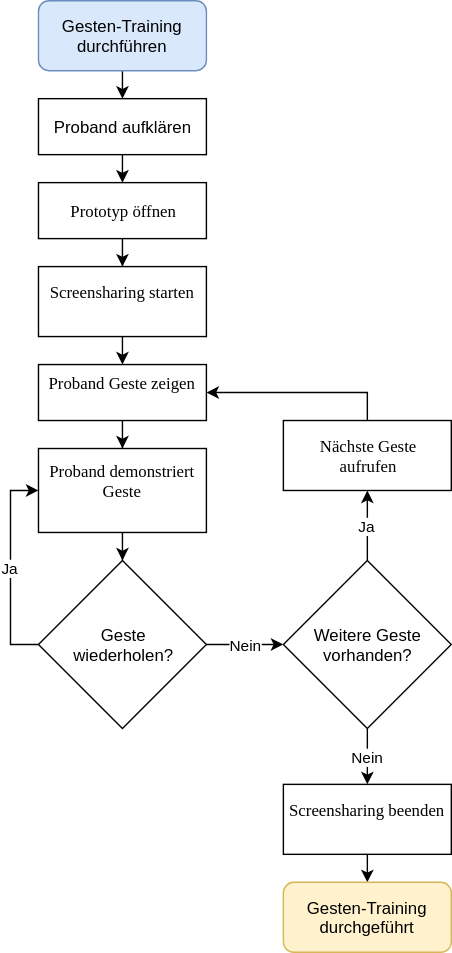
The draw.io diagram img/de/introduction/study-preview/gesture-training.svg in danielkuenkel/gesturenote, before a commit. Source tidied: cells renumbered, new cells last; positions are measured from the earlier drawing's top-left corner, leaving out a move shared by most shapes.
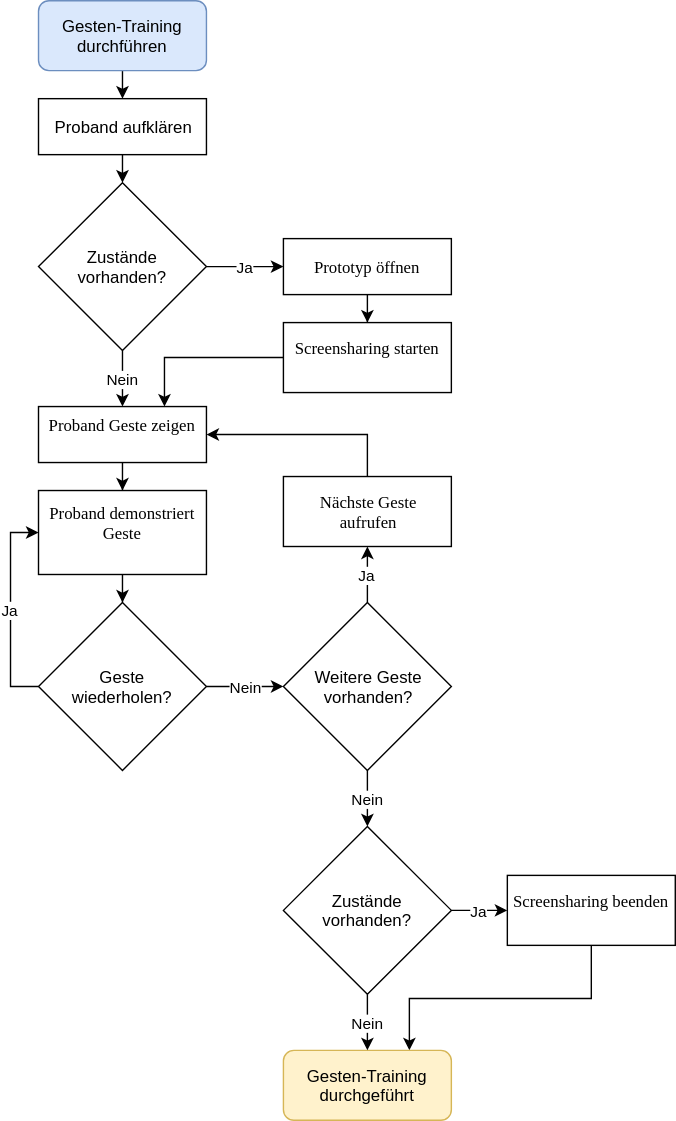
Later version of the same file.

Change to the diagram source:
```diff
@@ -6,25 +6,25 @@
       <mxGeometry relative="1" as="geometry" />
     </mxCell>
     <mxCell id="3" value="Prototyp öffnen" style="rounded=1;whiteSpace=wrap;html=1;shadow=0;labelBackgroundColor=none;strokeColor=#000000;strokeWidth=1;fillColor=#ffffff;fontFamily=Verdana;fontSize=12;fontColor=#000000;align=center;arcSize=0;" parent="1" vertex="1">
-      <mxGeometry y="130" width="120" height="40" as="geometry" />
+      <mxGeometry x="175" y="170" width="120" height="40" as="geometry" />
     </mxCell>
-    <mxCell id="4" style="edgeStyle=orthogonalEdgeStyle;rounded=0;html=1;exitX=0.5;exitY=1;entryX=0.5;entryY=0;jettySize=auto;" parent="1" edge="1" source="5" target="7">
+    <mxCell id="4" style="edgeStyle=orthogonalEdgeStyle;rounded=0;html=1;exitX=0;exitY=0.5;entryX=0.75;entryY=0;jettySize=auto;" parent="1" edge="1" source="5" target="7">
       <mxGeometry relative="1" as="geometry" />
     </mxCell>
     <mxCell id="5" value="Screensharing starten" style="rounded=1;whiteSpace=wrap;html=1;shadow=0;labelBackgroundColor=none;strokeColor=#000000;strokeWidth=1;fillColor=#ffffff;fontFamily=Verdana;fontSize=12;fontColor=#000000;align=center;arcSize=0;" parent="1" vertex="1">
-      <mxGeometry y="190" width="120" height="50" as="geometry" />
+      <mxGeometry x="175" y="230" width="120" height="50" as="geometry" />
     </mxCell>
     <mxCell id="6" style="edgeStyle=orthogonalEdgeStyle;rounded=0;comic=0;html=1;entryX=0.5;entryY=0;shadow=0;jettySize=auto;" parent="1" edge="1" source="7" target="9">
       <mxGeometry relative="1" as="geometry" />
     </mxCell>
     <mxCell id="7" value="Proband Geste zeigen" style="rounded=1;whiteSpace=wrap;html=1;shadow=0;labelBackgroundColor=none;strokeColor=#000000;strokeWidth=1;fillColor=#ffffff;fontFamily=Verdana;fontSize=12;fontColor=#000000;align=center;arcSize=0;" parent="1" vertex="1">
-      <mxGeometry y="260" width="120" height="40" as="geometry" />
+      <mxGeometry y="290" width="120" height="40" as="geometry" />
     </mxCell>
     <mxCell id="8" style="edgeStyle=orthogonalEdgeStyle;rounded=0;comic=0;html=1;entryX=0.5;entryY=0;shadow=0;jettySize=auto;" parent="1" edge="1" source="9" target="12">
       <mxGeometry relative="1" as="geometry" />
     </mxCell>
     <mxCell id="9" value="Proband demonstriert&lt;div&gt;Geste&lt;/div&gt;" style="rounded=1;whiteSpace=wrap;html=1;shadow=0;labelBackgroundColor=none;strokeColor=#000000;strokeWidth=1;fillColor=#ffffff;fontFamily=Verdana;fontSize=12;fontColor=#000000;align=center;arcSize=0;" parent="1" vertex="1">
-      <mxGeometry y="320" width="120" height="60" as="geometry" />
+      <mxGeometry y="350" width="120" height="60" as="geometry" />
     </mxCell>
     <mxCell id="10" value="Ja" style="edgeStyle=orthogonalEdgeStyle;rounded=0;comic=0;html=1;exitX=0;exitY=0.5;entryX=0;entryY=0.5;shadow=0;jettySize=auto;" parent="1" edge="1" source="12" target="9">
       <mxGeometry relative="1" as="geometry" />
@@ -33,31 +33,31 @@
       <mxGeometry relative="1" as="geometry" />
     </mxCell>
     <mxCell id="12" value="Geste&lt;div&gt;wiederholen?&lt;/div&gt;" style="rhombus;whiteSpace=wrap;html=1;" parent="1" vertex="1">
-      <mxGeometry y="400" width="120" height="120" as="geometry" />
+      <mxGeometry y="430" width="120" height="120" as="geometry" />
     </mxCell>
-    <mxCell id="13" style="edgeStyle=orthogonalEdgeStyle;rounded=0;comic=0;html=1;exitX=0.5;exitY=1;entryX=0.5;entryY=0;shadow=0;jettySize=auto;" parent="1" edge="1" source="14" target="25">
+    <mxCell id="13" style="edgeStyle=orthogonalEdgeStyle;rounded=0;comic=0;html=1;exitX=0.5;exitY=1;entryX=0.75;entryY=0;shadow=0;jettySize=auto;" parent="1" edge="1" source="14" target="25">
       <mxGeometry relative="1" as="geometry" />
     </mxCell>
     <mxCell id="14" value="Screensharing beenden" style="rounded=1;whiteSpace=wrap;html=1;shadow=0;labelBackgroundColor=none;strokeColor=#000000;strokeWidth=1;fillColor=#ffffff;fontFamily=Verdana;fontSize=12;fontColor=#000000;align=center;arcSize=0;" parent="1" vertex="1">
-      <mxGeometry x="175" y="560" width="120" height="50" as="geometry" />
+      <mxGeometry x="335" y="625" width="120" height="50" as="geometry" />
     </mxCell>
     <mxCell id="15" style="edgeStyle=orthogonalEdgeStyle;rounded=0;comic=0;html=1;exitX=0;exitY=0;entryX=0;entryY=0;shadow=0;jettySize=auto;orthogonalLoop=1;" parent="1" edge="1" source="12" target="12">
       <mxGeometry relative="1" as="geometry" />
     </mxCell>
-    <mxCell id="16" value="Nein" style="edgeStyle=orthogonalEdgeStyle;rounded=0;comic=0;html=1;entryX=0.5;entryY=0;shadow=0;jettySize=auto;" parent="1" edge="1" source="18" target="14">
-      <mxGeometry relative="1" as="geometry" />
-    </mxCell>
     <mxCell id="17" value="Ja" style="edgeStyle=orthogonalEdgeStyle;rounded=0;comic=0;html=1;exitX=0.5;exitY=0;entryX=0.5;entryY=1;shadow=0;jettySize=auto;" parent="1" edge="1" source="18" target="20">
       <mxGeometry relative="1" as="geometry" />
     </mxCell>
+    <mxCell id="26" value="Nein" style="edgeStyle=orthogonalEdgeStyle;rounded=0;html=1;exitX=0.5;exitY=1;entryX=0.5;entryY=0;jettySize=auto;" parent="1" edge="1" source="18" target="33">
+      <mxGeometry relative="1" as="geometry" />
+    </mxCell>
     <mxCell id="18" value="Weitere Geste&lt;div&gt;vorhanden?&lt;/div&gt;" style="rhombus;whiteSpace=wrap;html=1;" parent="1" vertex="1">
-      <mxGeometry x="175" y="400" width="120" height="120" as="geometry" />
+      <mxGeometry x="175" y="430" width="120" height="120" as="geometry" />
     </mxCell>
     <mxCell id="19" style="edgeStyle=orthogonalEdgeStyle;rounded=0;comic=0;html=1;exitX=0.5;exitY=0;entryX=1;entryY=0.5;shadow=0;jettySize=auto;" parent="1" edge="1" source="20" target="7">
       <mxGeometry relative="1" as="geometry" />
     </mxCell>
     <mxCell id="20" value="Nächste Geste&lt;div&gt;aufrufen&lt;/div&gt;" style="rounded=1;whiteSpace=wrap;html=1;shadow=0;labelBackgroundColor=none;strokeColor=#000000;strokeWidth=1;fillColor=#ffffff;fontFamily=Verdana;fontSize=12;fontColor=#000000;align=center;arcSize=0;" parent="1" vertex="1">
-      <mxGeometry x="175" y="300" width="120" height="50" as="geometry" />
+      <mxGeometry x="175" y="340" width="120" height="50" as="geometry" />
     </mxCell>
     <mxCell id="21" style="edgeStyle=orthogonalEdgeStyle;rounded=0;comic=0;html=1;exitX=0.5;exitY=1;entryX=0.5;entryY=0;shadow=0;jettySize=auto;" parent="1" edge="1" source="22" target="24">
       <mxGeometry relative="1" as="geometry" />
@@ -65,14 +65,32 @@
     <mxCell id="22" value="Gesten-Training durchführen" style="rounded=1;whiteSpace=wrap;html=1;fillColor=#dae8fc;strokeColor=#6c8ebf;" parent="1" vertex="1">
       <mxGeometry width="120" height="50" as="geometry" />
     </mxCell>
-    <mxCell id="23" style="edgeStyle=orthogonalEdgeStyle;rounded=0;comic=0;html=1;exitX=0.5;exitY=1;entryX=0.5;entryY=0;shadow=0;jettySize=auto;" parent="1" edge="1" source="24" target="3">
-      <mxGeometry relative="1" as="geometry" />
-    </mxCell>
+    <mxCell id="27" style="edgeStyle=orthogonalEdgeStyle;rounded=0;html=1;exitX=0.5;exitY=1;entryX=0.5;entryY=0;jettySize=auto;" parent="1" edge="1" source="24" target="30">
+      <mxGeometry relative="1" as="geometry" />
+    </mxCell>
     <mxCell id="24" value="Proband aufklären" style="rounded=0;whiteSpace=wrap;html=1;" parent="1" vertex="1">
       <mxGeometry y="70" width="120" height="40" as="geometry" />
     </mxCell>
     <mxCell id="25" value="Gesten-Training durchgeführt" style="rounded=1;whiteSpace=wrap;html=1;fillColor=#fff2cc;strokeColor=#d6b656;" parent="1" vertex="1">
-      <mxGeometry x="175" y="630" width="120" height="50" as="geometry" />
+      <mxGeometry x="175" y="750" width="120" height="50" as="geometry" />
     </mxCell>
+    <mxCell id="28" value="Ja" style="edgeStyle=orthogonalEdgeStyle;rounded=0;html=1;exitX=1;exitY=0.5;entryX=0;entryY=0.5;jettySize=auto;" parent="1" edge="1" source="30" target="3">
+      <mxGeometry relative="1" as="geometry" />
+    </mxCell>
+    <mxCell id="29" value="Nein" style="edgeStyle=orthogonalEdgeStyle;rounded=0;html=1;exitX=0.5;exitY=1;entryX=0.5;entryY=0;jettySize=auto;" parent="1" edge="1" source="30" target="7">
+      <mxGeometry relative="1" as="geometry" />
+    </mxCell>
+    <mxCell id="30" value="Zustände&lt;br&gt;vorhanden?&lt;br&gt;" style="rhombus;whiteSpace=wrap;html=1;" parent="1" vertex="1">
+      <mxGeometry y="130" width="120" height="120" as="geometry" />
+    </mxCell>
+    <mxCell id="31" value="Ja" style="edgeStyle=orthogonalEdgeStyle;rounded=0;html=1;exitX=1;exitY=0.5;jettySize=auto;" parent="1" edge="1" source="33" target="14">
+      <mxGeometry relative="1" as="geometry" />
+    </mxCell>
+    <mxCell id="32" value="Nein" style="edgeStyle=orthogonalEdgeStyle;rounded=0;html=1;exitX=0.5;exitY=1;entryX=0.5;entryY=0;jettySize=auto;" parent="1" edge="1" source="33" target="25">
+      <mxGeometry relative="1" as="geometry" />
+    </mxCell>
+    <mxCell id="33" value="Zustände&lt;br&gt;vorhanden?&lt;br&gt;" style="rhombus;whiteSpace=wrap;html=1;" parent="1" vertex="1">
+      <mxGeometry x="175" y="590" width="120" height="120" as="geometry" />
+    </mxCell>
   </root>
 </mxGraphModel>
```
